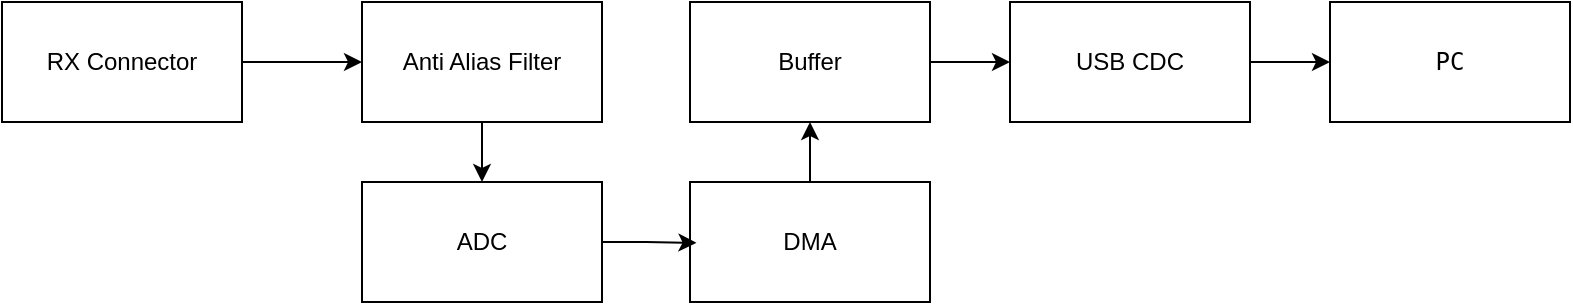
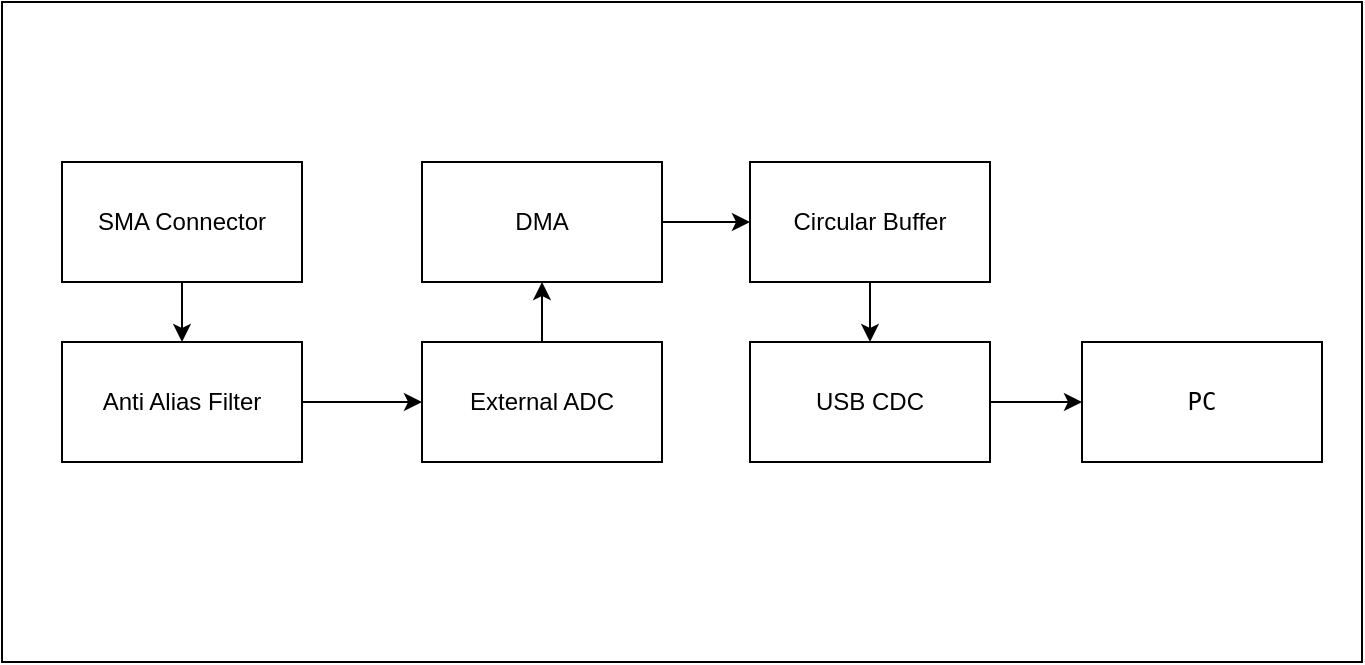
<mxfile host="app.diagrams.net">
  <diagram name="Page-1" id="cBwh0aEz-au7Wqg0l_V9">
-     <mxGraphModel dx="863" dy="641" grid="1" gridSize="10" guides="1" tooltips="1" connect="1" arrows="1" fold="1" page="1" pageScale="1" pageWidth="850" pageHeight="1100" math="0" shadow="0">
+     <mxGraphModel dx="71" dy="674" grid="1" gridSize="10" guides="1" tooltips="1" connect="1" arrows="1" fold="1" page="1" pageScale="1" pageWidth="850" pageHeight="1100" math="0" shadow="0">
      <root>
        <mxCell id="0" />
        <mxCell id="1" parent="0" />
-         <mxCell id="6u0zdsuP37JbfRqQL8Hd-264" edge="1" parent="1" source="6u0zdsuP37JbfRqQL8Hd-265" style="edgeStyle=orthogonalEdgeStyle;rounded=0;orthogonalLoop=1;jettySize=auto;html=1;exitX=1;exitY=0.5;exitDx=0;exitDy=0;entryX=0;entryY=0.5;entryDx=0;entryDy=0;" target="6u0zdsuP37JbfRqQL8Hd-266">
+         <mxCell id="ORhHNYT2ulyYTPtlXPIA-42" parent="1" style="rounded=0;whiteSpace=wrap;html=1;" value="" vertex="1">
+           <mxGeometry height="330" width="680" x="1190" y="240" as="geometry" />
+         </mxCell>
+         <mxCell id="ORhHNYT2ulyYTPtlXPIA-102" edge="1" parent="1" source="ORhHNYT2ulyYTPtlXPIA-76" style="edgeStyle=orthogonalEdgeStyle;rounded=0;orthogonalLoop=1;jettySize=auto;html=1;" target="ORhHNYT2ulyYTPtlXPIA-78" value="">
          <mxGeometry relative="1" as="geometry" />
        </mxCell>
-         <mxCell id="6u0zdsuP37JbfRqQL8Hd-265" parent="1" style="rounded=0;whiteSpace=wrap;html=1;" value="RX Connector" vertex="1">
-           <mxGeometry height="60" width="120" x="386" y="640" as="geometry" />
+         <mxCell id="ORhHNYT2ulyYTPtlXPIA-76" parent="1" style="rounded=0;whiteSpace=wrap;html=1;" value="SMA Connector" vertex="1">
+           <mxGeometry height="60" width="120" x="1220" y="320" as="geometry" />
        </mxCell>
-         <mxCell id="6u0zdsuP37JbfRqQL8Hd-279" edge="1" parent="1" source="6u0zdsuP37JbfRqQL8Hd-266" style="edgeStyle=orthogonalEdgeStyle;rounded=0;orthogonalLoop=1;jettySize=auto;html=1;" target="6u0zdsuP37JbfRqQL8Hd-267" value="">
+         <mxCell id="ORhHNYT2ulyYTPtlXPIA-103" edge="1" parent="1" source="ORhHNYT2ulyYTPtlXPIA-78" style="edgeStyle=orthogonalEdgeStyle;rounded=0;orthogonalLoop=1;jettySize=auto;html=1;" target="ORhHNYT2ulyYTPtlXPIA-79" value="">
          <mxGeometry relative="1" as="geometry" />
        </mxCell>
-         <mxCell id="6u0zdsuP37JbfRqQL8Hd-266" parent="1" style="rounded=0;whiteSpace=wrap;html=1;" value="Anti Alias Filter" vertex="1">
-           <mxGeometry height="60" width="120" x="566" y="640" as="geometry" />
+         <mxCell id="ORhHNYT2ulyYTPtlXPIA-78" parent="1" style="rounded=0;whiteSpace=wrap;html=1;" value="Anti Alias Filter" vertex="1">
+           <mxGeometry height="60" width="120" x="1220" y="410" as="geometry" />
        </mxCell>
-         <mxCell id="6u0zdsuP37JbfRqQL8Hd-267" parent="1" style="rounded=0;whiteSpace=wrap;html=1;" value="ADC" vertex="1">
-           <mxGeometry height="60" width="120" x="566" y="730" as="geometry" />
-         </mxCell>
-         <mxCell id="6u0zdsuP37JbfRqQL8Hd-278" edge="1" parent="1" source="6u0zdsuP37JbfRqQL8Hd-269" style="edgeStyle=orthogonalEdgeStyle;rounded=0;orthogonalLoop=1;jettySize=auto;html=1;" target="6u0zdsuP37JbfRqQL8Hd-270" value="">
+         <mxCell id="ORhHNYT2ulyYTPtlXPIA-106" edge="1" parent="1" source="ORhHNYT2ulyYTPtlXPIA-79" style="edgeStyle=orthogonalEdgeStyle;rounded=0;orthogonalLoop=1;jettySize=auto;html=1;" target="ORhHNYT2ulyYTPtlXPIA-81" value="">
          <mxGeometry relative="1" as="geometry" />
        </mxCell>
-         <mxCell id="6u0zdsuP37JbfRqQL8Hd-269" parent="1" style="rounded=0;whiteSpace=wrap;html=1;" value="DMA" vertex="1">
-           <mxGeometry height="60" width="120" x="730" y="730" as="geometry" />
+         <mxCell id="ORhHNYT2ulyYTPtlXPIA-79" parent="1" style="rounded=0;whiteSpace=wrap;html=1;" value="External ADC" vertex="1">
+           <mxGeometry height="60" width="120" x="1400" y="410" as="geometry" />
        </mxCell>
-         <mxCell id="6u0zdsuP37JbfRqQL8Hd-280" edge="1" parent="1" source="6u0zdsuP37JbfRqQL8Hd-270" style="edgeStyle=orthogonalEdgeStyle;rounded=0;orthogonalLoop=1;jettySize=auto;html=1;" target="6u0zdsuP37JbfRqQL8Hd-274" value="">
+         <mxCell id="ORhHNYT2ulyYTPtlXPIA-104" edge="1" parent="1" source="ORhHNYT2ulyYTPtlXPIA-81" style="edgeStyle=orthogonalEdgeStyle;rounded=0;orthogonalLoop=1;jettySize=auto;html=1;" target="ORhHNYT2ulyYTPtlXPIA-83" value="">
          <mxGeometry relative="1" as="geometry" />
        </mxCell>
-         <mxCell id="6u0zdsuP37JbfRqQL8Hd-270" parent="1" style="rounded=0;whiteSpace=wrap;html=1;" value="Buffer" vertex="1">
-           <mxGeometry height="60" width="120" x="730" y="640" as="geometry" />
+         <mxCell id="ORhHNYT2ulyYTPtlXPIA-81" parent="1" style="rounded=0;whiteSpace=wrap;html=1;" value="DMA" vertex="1">
+           <mxGeometry height="60" width="120" x="1400" y="320" as="geometry" />
        </mxCell>
-         <mxCell id="6u0zdsuP37JbfRqQL8Hd-272" edge="1" parent="1" source="6u0zdsuP37JbfRqQL8Hd-267" style="edgeStyle=orthogonalEdgeStyle;rounded=0;orthogonalLoop=1;jettySize=auto;html=1;exitX=1;exitY=0.5;exitDx=0;exitDy=0;entryX=0.027;entryY=0.507;entryDx=0;entryDy=0;entryPerimeter=0;" target="6u0zdsuP37JbfRqQL8Hd-269">
+         <mxCell id="ORhHNYT2ulyYTPtlXPIA-105" edge="1" parent="1" source="ORhHNYT2ulyYTPtlXPIA-83" style="edgeStyle=orthogonalEdgeStyle;rounded=0;orthogonalLoop=1;jettySize=auto;html=1;" target="ORhHNYT2ulyYTPtlXPIA-86" value="">
          <mxGeometry relative="1" as="geometry" />
        </mxCell>
-         <mxCell id="6u0zdsuP37JbfRqQL8Hd-281" edge="1" parent="1" source="6u0zdsuP37JbfRqQL8Hd-274" style="edgeStyle=orthogonalEdgeStyle;rounded=0;orthogonalLoop=1;jettySize=auto;html=1;" target="6u0zdsuP37JbfRqQL8Hd-276" value="">
+         <mxCell id="ORhHNYT2ulyYTPtlXPIA-83" parent="1" style="rounded=0;whiteSpace=wrap;html=1;" value="Circular Buffer" vertex="1">
+           <mxGeometry height="60" width="120" x="1564" y="320" as="geometry" />
+         </mxCell>
+         <mxCell id="ORhHNYT2ulyYTPtlXPIA-107" edge="1" parent="1" source="ORhHNYT2ulyYTPtlXPIA-86" style="edgeStyle=orthogonalEdgeStyle;rounded=0;orthogonalLoop=1;jettySize=auto;html=1;" target="ORhHNYT2ulyYTPtlXPIA-87" value="">
          <mxGeometry relative="1" as="geometry" />
        </mxCell>
-         <mxCell id="6u0zdsuP37JbfRqQL8Hd-274" parent="1" style="rounded=0;whiteSpace=wrap;html=1;" value="USB CDC" vertex="1">
-           <mxGeometry height="60" width="120" x="890" y="640" as="geometry" />
+         <mxCell id="ORhHNYT2ulyYTPtlXPIA-86" parent="1" style="rounded=0;whiteSpace=wrap;html=1;" value="USB CDC" vertex="1">
+           <mxGeometry height="60" width="120" x="1564" y="410" as="geometry" />
        </mxCell>
-         <mxCell id="6u0zdsuP37JbfRqQL8Hd-276" parent="1" style="rounded=0;whiteSpace=wrap;html=1;" value="&lt;pre class=&quot;overflow-visible! px-0!&quot; data-start=&quot;2249&quot; data-end=&quot;2440&quot;&gt;&lt;div class=&quot;relative w-full mt-4 mb-1&quot;&gt;&lt;div class=&quot;&quot;&gt;&lt;div class=&quot;contents&quot;&gt;&lt;div class=&quot;relative&quot;&gt;&lt;div class=&quot;h-full min-h-0 min-w-0&quot;&gt;&lt;div class=&quot;h-full min-h-0 min-w-0&quot;&gt;&lt;div class=&quot;border border-token-border-light border-radius-3xl corner-superellipse/1.1 rounded-3xl&quot;&gt;&lt;div class=&quot;h-full w-full border-radius-3xl bg-token-bg-elevated-secondary corner-superellipse/1.1 overflow-clip rounded-3xl lxnfua_clipPathFallback&quot;&gt;&lt;div class=&quot;relative&quot;&gt;&lt;div class=&quot;pe-11 pt-3&quot;&gt;&lt;div class=&quot;relative z-0 flex max-w-full&quot;&gt;&lt;div id=&quot;code-block-viewer&quot; dir=&quot;ltr&quot; class=&quot;q9tKkq_viewer cm-editor z-10 light:cm-light dark:cm-light flex h-full w-full flex-col items-stretch ͼs ͼ16&quot;&gt;&lt;div class=&quot;cm-scroller&quot;&gt;&lt;pre class=&quot;cm-content q9tKkq_readonly m-0&quot;&gt;&lt;code&gt;PC&lt;/code&gt;&lt;/pre&gt;&lt;/div&gt;&lt;/div&gt;&lt;/div&gt;&lt;/div&gt;&lt;/div&gt;&lt;/div&gt;&lt;/div&gt;&lt;/div&gt;&lt;/div&gt;&lt;div class=&quot;&quot;&gt;&lt;div class=&quot;&quot;&gt;&lt;/div&gt;&lt;/div&gt;&lt;/div&gt;&lt;/div&gt;&lt;/div&gt;&lt;/div&gt;&lt;/pre&gt;" vertex="1">
-           <mxGeometry height="60" width="120" x="1050" y="640" as="geometry" />
+         <mxCell id="ORhHNYT2ulyYTPtlXPIA-87" parent="1" style="rounded=0;whiteSpace=wrap;html=1;" value="&lt;pre class=&quot;overflow-visible! px-0!&quot; data-start=&quot;2249&quot; data-end=&quot;2440&quot;&gt;&lt;div class=&quot;relative w-full mt-4 mb-1&quot;&gt;&lt;div class=&quot;&quot;&gt;&lt;div class=&quot;contents&quot;&gt;&lt;div class=&quot;relative&quot;&gt;&lt;div class=&quot;h-full min-h-0 min-w-0&quot;&gt;&lt;div class=&quot;h-full min-h-0 min-w-0&quot;&gt;&lt;div class=&quot;border border-token-border-light border-radius-3xl corner-superellipse/1.1 rounded-3xl&quot;&gt;&lt;div class=&quot;h-full w-full border-radius-3xl bg-token-bg-elevated-secondary corner-superellipse/1.1 overflow-clip rounded-3xl lxnfua_clipPathFallback&quot;&gt;&lt;div class=&quot;relative&quot;&gt;&lt;div class=&quot;pe-11 pt-3&quot;&gt;&lt;div class=&quot;relative z-0 flex max-w-full&quot;&gt;&lt;div id=&quot;code-block-viewer&quot; dir=&quot;ltr&quot; class=&quot;q9tKkq_viewer cm-editor z-10 light:cm-light dark:cm-light flex h-full w-full flex-col items-stretch ͼs ͼ16&quot;&gt;&lt;div class=&quot;cm-scroller&quot;&gt;&lt;pre class=&quot;cm-content q9tKkq_readonly m-0&quot;&gt;&lt;code&gt;PC&lt;/code&gt;&lt;/pre&gt;&lt;/div&gt;&lt;/div&gt;&lt;/div&gt;&lt;/div&gt;&lt;/div&gt;&lt;/div&gt;&lt;/div&gt;&lt;/div&gt;&lt;/div&gt;&lt;div class=&quot;&quot;&gt;&lt;div class=&quot;&quot;&gt;&lt;/div&gt;&lt;/div&gt;&lt;/div&gt;&lt;/div&gt;&lt;/div&gt;&lt;/div&gt;&lt;/pre&gt;" vertex="1">
+           <mxGeometry height="60" width="120" x="1730" y="410" as="geometry" />
        </mxCell>
      </root>
    </mxGraphModel>
  </diagram>
</mxfile>
